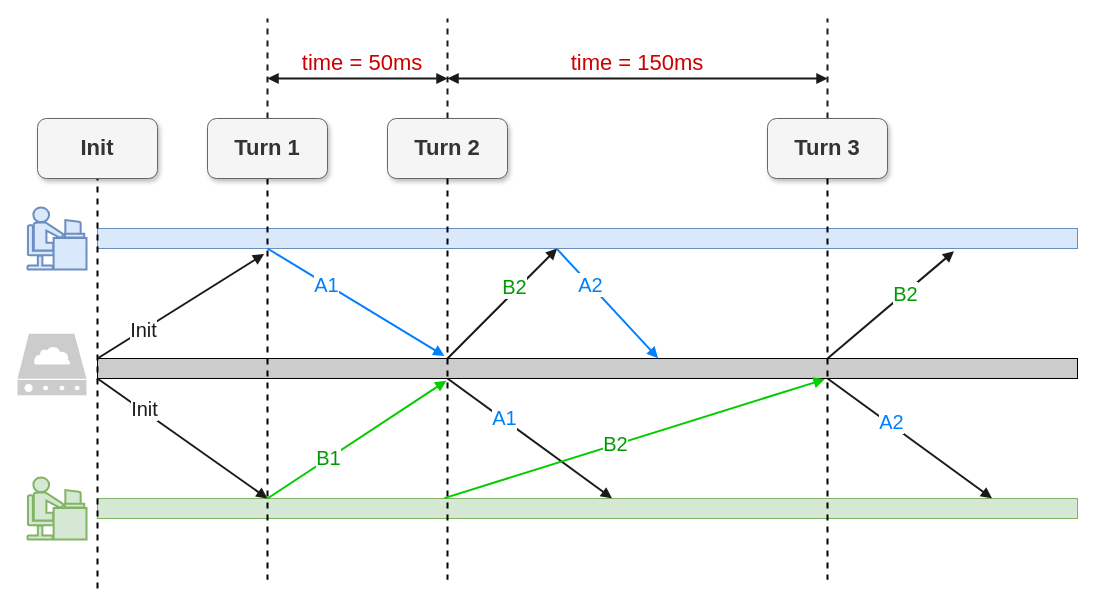
Earlier version of the draw.io diagram page "Deterministic LockStep 的副本" (3 of 9) of booming/Booming 104ppt-17.drawio (yrdimple/flowChart). Source tidied: cells renumbered, new cells numbered last; positions are measured from the earlier drawing's top-left corner, leaving out a move shared by most shapes. Both pictures are drawn from the tidied source at 100%, with x=0, y=0 at pixel (17, 18).
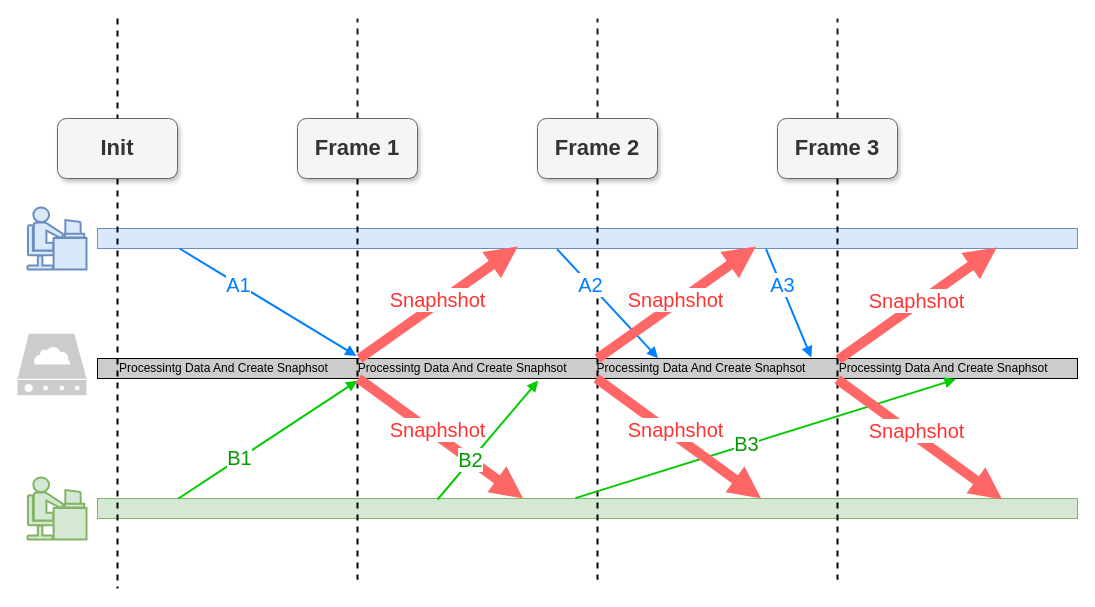
The same diagram, later.

The change refers to these unchanged cells:
```xml
<mxCell id="3" style="rounded=0;whiteSpace=wrap;html=1;fillColor=#d5e8d4;strokeColor=#82b366;" parent="1" vertex="1">
  <mxGeometry x="80" y="480" width="980" height="20" as="geometry" />
</mxCell>
<mxCell id="4" style="rounded=0;whiteSpace=wrap;html=1;fillColor=#dae8fc;strokeColor=#6c8ebf;" parent="1" vertex="1">
  <mxGeometry x="80" y="210" width="980" height="20" as="geometry" />
</mxCell>
```

What changed in the source:
```diff
@@
-    <mxCell id="2" style="rounded=0;whiteSpace=wrap;html=1;fillColor=#CCCCCC;" parent="1" vertex="1">
+    <mxCell id="2" value="&amp;nbsp; &amp;nbsp; &amp;nbsp; Processintg Data And Create Snaphsot&amp;nbsp; &amp;nbsp; &amp;nbsp; &amp;nbsp; &amp;nbsp;Processintg Data And Create Snaphsot&amp;nbsp; &amp;nbsp; &amp;nbsp; &amp;nbsp; &amp;nbsp;Processintg Data And Create Snaphsot&amp;nbsp; &amp;nbsp; &amp;nbsp; &amp;nbsp; &amp;nbsp; Processintg Data And Create Snaphsot" style="rounded=0;whiteSpace=wrap;html=1;fillColor=#CCCCCC;align=left;" parent="1" vertex="1">
       <mxGeometry x="80" y="340" width="980" height="20" as="geometry" />
     </mxCell>
@@
-    <mxCell id="5" style="edgeStyle=none;rounded=0;orthogonalLoop=1;jettySize=auto;html=1;dashed=1;endArrow=none;endFill=0;strokeWidth=2;" parent="1" edge="1">
+    <mxCell id="5" style="edgeStyle=none;rounded=0;jettySize=auto;html=1;dashed=1;endArrow=none;endFill=0;strokeWidth=2;startArrow=none;" parent="1" edge="1" source="35">
       <mxGeometry relative="1" as="geometry">
-        <mxPoint x="80" y="120" as="sourcePoint" />
-        <mxPoint x="80" y="570" as="targetPoint" />
+        <mxPoint x="100" y="570" as="targetPoint" />
       </mxGeometry>
     </mxCell>
-    <mxCell id="6" style="edgeStyle=orthogonalEdgeStyle;rounded=0;jettySize=auto;html=1;dashed=1;endArrow=none;endFill=0;strokeWidth=2;" parent="1" edge="1" source="8">
+    <mxCell id="6" style="edgeStyle=orthogonalEdgeStyle;rounded=0;orthogonalLoop=1;jettySize=auto;html=1;dashed=1;endArrow=none;endFill=0;strokeWidth=2;" parent="1" edge="1">
       <mxGeometry relative="1" as="geometry">
-        <mxPoint x="250" y="561.3" as="targetPoint" />
+        <mxPoint x="340" y="160" as="sourcePoint" />
+        <mxPoint x="340" y="561.3" as="targetPoint" />
         <Array as="points">
-          <mxPoint x="250" y="550" />
-          <mxPoint x="250" y="550" />
+          <mxPoint x="340" y="540" />
+          <mxPoint x="340" y="540" />
         </Array>
       </mxGeometry>
     </mxCell>
-    <mxCell id="7" style="edgeStyle=none;rounded=0;jettySize=auto;html=1;dashed=1;fontSize=22;fontColor=#CC0000;endArrow=none;endFill=0;strokeColor=#1A1A1A;strokeWidth=2;" parent="1" edge="1" source="8">
+    <mxCell id="7" style="edgeStyle=none;rounded=0;orthogonalLoop=1;jettySize=auto;html=1;dashed=1;fontSize=22;fontColor=#CC0000;endArrow=none;endFill=0;strokeColor=#1A1A1A;strokeWidth=2;" parent="1" edge="1">
       <mxGeometry relative="1" as="geometry">
-        <mxPoint x="250" as="targetPoint" />
+        <mxPoint x="340" y="100" as="sourcePoint" />
+        <mxPoint x="340" as="targetPoint" />
       </mxGeometry>
     </mxCell>
-    <mxCell id="8" value="Turn 1" style="rounded=1;whiteSpace=wrap;html=1;fontSize=22;fillColor=#f5f5f5;strokeColor=#666666;fontColor=#333333;shadow=1;sketch=0;glass=0;fontStyle=1;" parent="1" vertex="1">
-      <mxGeometry x="190" y="100" width="120" height="60" as="geometry" />
+    <mxCell id="8" value="Frame&amp;nbsp;1" style="rounded=1;whiteSpace=wrap;html=1;fontSize=22;fillColor=#f5f5f5;strokeColor=#666666;fontColor=#333333;shadow=1;sketch=0;glass=0;fontStyle=1;" parent="1" vertex="1">
+      <mxGeometry x="280" y="100" width="120" height="60" as="geometry" />
     </mxCell>
-    <mxCell id="9" style="edgeStyle=none;rounded=0;jettySize=auto;html=1;exitX=0.5;exitY=0;exitDx=0;exitDy=0;dashed=1;fontSize=22;fontColor=#CC0000;endArrow=none;endFill=0;strokeColor=#1A1A1A;strokeWidth=2;" parent="1" edge="1" source="10">
+    <mxCell id="9" style="edgeStyle=none;rounded=0;orthogonalLoop=1;jettySize=auto;html=1;exitX=0.5;exitY=0;exitDx=0;exitDy=0;dashed=1;fontSize=22;fontColor=#CC0000;endArrow=none;endFill=0;strokeColor=#1A1A1A;strokeWidth=2;" parent="1" edge="1">
       <mxGeometry relative="1" as="geometry">
-        <mxPoint x="430" as="targetPoint" />
+        <mxPoint x="580" y="100" as="sourcePoint" />
+        <mxPoint x="580" as="targetPoint" />
       </mxGeometry>
     </mxCell>
-    <mxCell id="10" value="Turn 2" style="rounded=1;whiteSpace=wrap;html=1;fontSize=22;fillColor=#f5f5f5;strokeColor=#666666;fontColor=#333333;shadow=1;sketch=0;glass=0;fontStyle=1;" parent="1" vertex="1">
-      <mxGeometry x="370" y="100" width="120" height="60" as="geometry" />
+    <mxCell id="10" value="Frame 2" style="rounded=1;whiteSpace=wrap;html=1;fontSize=22;fillColor=#f5f5f5;strokeColor=#666666;fontColor=#333333;shadow=1;sketch=0;glass=0;fontStyle=1;" parent="1" vertex="1">
+      <mxGeometry x="520" y="100" width="120" height="60" as="geometry" />
     </mxCell>
-    <mxCell id="11" style="edgeStyle=orthogonalEdgeStyle;rounded=0;jettySize=auto;html=1;dashed=1;endArrow=none;endFill=0;strokeWidth=2;" parent="1" edge="1" source="10">
+    <mxCell id="11" style="edgeStyle=orthogonalEdgeStyle;rounded=0;orthogonalLoop=1;jettySize=auto;html=1;dashed=1;endArrow=none;endFill=0;strokeWidth=2;" parent="1" edge="1">
       <mxGeometry relative="1" as="geometry">
-        <mxPoint x="430" y="561.3" as="targetPoint" />
+        <mxPoint x="580" y="160" as="sourcePoint" />
+        <mxPoint x="580" y="561.3" as="targetPoint" />
       </mxGeometry>
     </mxCell>
-    <mxCell id="12" style="edgeStyle=none;rounded=0;jettySize=auto;html=1;dashed=1;fontSize=22;fontColor=#CC0000;endArrow=none;endFill=0;strokeColor=#1A1A1A;strokeWidth=2;" parent="1" edge="1" source="13">
+    <mxCell id="12" style="edgeStyle=none;rounded=0;orthogonalLoop=1;jettySize=auto;html=1;dashed=1;fontSize=22;fontColor=#CC0000;endArrow=none;endFill=0;strokeColor=#1A1A1A;strokeWidth=2;" parent="1" edge="1">
       <mxGeometry relative="1" as="geometry">
-        <mxPoint x="810" as="targetPoint" />
+        <mxPoint x="820" y="100" as="sourcePoint" />
+        <mxPoint x="820" as="targetPoint" />
       </mxGeometry>
     </mxCell>
-    <mxCell id="13" value="Turn 3" style="rounded=1;whiteSpace=wrap;html=1;fontSize=22;fillColor=#f5f5f5;strokeColor=#666666;fontColor=#333333;shadow=1;sketch=0;glass=0;fontStyle=1;" parent="1" vertex="1">
-      <mxGeometry x="750" y="100" width="120" height="60" as="geometry" />
+    <mxCell id="13" value="Frame 3" style="rounded=1;whiteSpace=wrap;html=1;fontSize=22;fillColor=#f5f5f5;strokeColor=#666666;fontColor=#333333;shadow=1;sketch=0;glass=0;fontStyle=1;" parent="1" vertex="1">
+      <mxGeometry x="760" y="100" width="120" height="60" as="geometry" />
     </mxCell>
-    <mxCell id="14" style="edgeStyle=orthogonalEdgeStyle;rounded=0;jettySize=auto;html=1;dashed=1;endArrow=none;endFill=0;strokeWidth=2;" parent="1" edge="1" source="13">
+    <mxCell id="14" style="edgeStyle=orthogonalEdgeStyle;rounded=0;orthogonalLoop=1;jettySize=auto;html=1;dashed=1;endArrow=none;endFill=0;strokeWidth=2;" parent="1" edge="1">
       <mxGeometry relative="1" as="geometry">
-        <mxPoint x="810" y="561.3" as="targetPoint" />
+        <mxPoint x="820" y="160" as="sourcePoint" />
+        <mxPoint x="820" y="561.3" as="targetPoint" />
       </mxGeometry>
     </mxCell>
-    <mxCell id="15" style="endArrow=block;html=1;rounded=0;strokeWidth=2;entryX=0.354;entryY=-0.127;entryDx=0;entryDy=0;entryPerimeter=0;fillColor=#dae8fc;gradientColor=#7ea6e0;strokeColor=#007FFF;endFill=1;fontSize=20;" parent="1" edge="1" target="2">
+    <mxCell id="15" style="endArrow=block;html=1;rounded=0;strokeWidth=2;entryX=0.354;entryY=-0.127;entryDx=0;entryDy=0;entryPerimeter=0;fillColor=#dae8fc;gradientColor=#7ea6e0;strokeColor=#007FFF;endFill=1;fontSize=20;" parent="1" edge="1">
       <mxGeometry relative="1" as="geometry">
-        <mxPoint x="250" y="230" as="sourcePoint" />
+        <mxPoint x="162" y="230" as="sourcePoint" />
+        <mxPoint x="338.9" y="337.5" as="targetPoint" />
       </mxGeometry>
     </mxCell>
@@
-    <mxCell id="17" style="endArrow=block;html=1;rounded=0;strokeWidth=2;entryX=0.356;entryY=1.111;entryDx=0;entryDy=0;entryPerimeter=0;fillColor=#ffff88;strokeColor=#00CC00;fontColor=#009900;endFill=1;fontSize=20;" parent="1" edge="1" target="2">
+    <mxCell id="17" style="endArrow=block;html=1;rounded=0;strokeWidth=2;entryX=0.356;entryY=1.111;entryDx=0;entryDy=0;entryPerimeter=0;fillColor=#ffff88;strokeColor=#00CC00;fontColor=#009900;endFill=1;fontSize=20;" parent="1" edge="1">
       <mxGeometry relative="1" as="geometry">
-        <mxPoint x="250" y="480" as="sourcePoint" />
+        <mxPoint x="161" y="480" as="sourcePoint" />
+        <mxPoint x="339.9" y="362.2" as="targetPoint" />
       </mxGeometry>
     </mxCell>
@@
-    <mxCell id="19" style="endArrow=block;html=1;rounded=0;strokeWidth=2;entryX=0.525;entryY=-0.01;entryDx=0;entryDy=0;entryPerimeter=0;fillColor=#dae8fc;gradientColor=#7ea6e0;strokeColor=#1A1A1A;endFill=1;fontSize=20;" parent="1" edge="1" target="3">
+    <mxCell id="19" style="endArrow=block;html=1;rounded=0;strokeWidth=10;entryX=0.525;entryY=-0.01;entryDx=0;entryDy=0;entryPerimeter=0;fillColor=#f8cecc;strokeColor=#FF6666;endFill=1;fontSize=20;" parent="1" edge="1">
       <mxGeometry relative="1" as="geometry">
-        <mxPoint x="430" y="360" as="sourcePoint" />
+        <mxPoint x="341" y="360" as="sourcePoint" />
+        <mxPoint x="505.5" y="479.8" as="targetPoint" />
       </mxGeometry>
     </mxCell>
-    <mxCell id="20" value="A1" style="edgeLabel;html=1;align=center;verticalAlign=middle;fontSize=20;fontColor=#007FFF;" parent="19" vertex="1">
-      <mxGeometry x="-0.33" y="2" relative="1" as="geometry" />
+    <mxCell id="20" value="&lt;span style=&quot;color: rgb(255, 51, 51);&quot;&gt;Snaphshot&lt;/span&gt;" style="edgeLabel;html=1;align=center;verticalAlign=middle;fontSize=20;fontColor=#007FFF;" parent="19" vertex="1">
+      <mxGeometry x="-0.33" y="2" relative="1" as="geometry">
+        <mxPoint x="22" y="12" as="offset" />
+      </mxGeometry>
     </mxCell>
-    <mxCell id="21" style="endArrow=block;html=1;rounded=0;strokeWidth=2;entryX=0.17;entryY=1.278;entryDx=0;entryDy=0;entryPerimeter=0;fillColor=#dae8fc;gradientColor=#7ea6e0;strokeColor=#1A1A1A;fontColor=#CC0000;fontSize=22;endFill=1;" parent="1" edge="1" target="4">
-      <mxGeometry relative="1" as="geometry">
-        <mxPoint x="80" y="340" as="sourcePoint" />
-      </mxGeometry>
-    </mxCell>
-    <mxCell id="22" value="Init" style="edgeLabel;html=1;align=center;verticalAlign=middle;fontSize=20;fontColor=#1A1A1A;" parent="21" vertex="1">
-      <mxGeometry x="-0.44" relative="1" as="geometry">
-        <mxPoint x="-1" as="offset" />
-      </mxGeometry>
-    </mxCell>
-    <mxCell id="23" style="endArrow=block;html=1;rounded=0;strokeWidth=2;fillColor=#dae8fc;gradientColor=#7ea6e0;strokeColor=#1A1A1A;exitX=0;exitY=1;exitDx=0;exitDy=0;fontColor=#CC0000;endFill=1;" parent="1" edge="1" source="2">
-      <mxGeometry relative="1" as="geometry">
-        <mxPoint x="250" y="480" as="targetPoint" />
-      </mxGeometry>
-    </mxCell>
-    <mxCell id="24" value="Init" style="edgeLabel;html=1;align=center;verticalAlign=middle;fontSize=20;fontColor=#1A1A1A;" parent="23" vertex="1">
-      <mxGeometry x="-0.46" y="2" relative="1" as="geometry">
-        <mxPoint y="-1" as="offset" />
-      </mxGeometry>
-    </mxCell>
-    <mxCell id="25" style="endArrow=block;html=1;rounded=0;strokeWidth=2;entryX=0.469;entryY=1;entryDx=0;entryDy=0;fillColor=#dae8fc;gradientColor=#7ea6e0;strokeColor=#1A1A1A;entryPerimeter=0;endFill=1;fontSize=20;" parent="1" edge="1" target="4">
+    <mxCell id="25" style="endArrow=block;html=1;rounded=0;strokeWidth=10;entryX=0.43;entryY=0.9;entryDx=0;entryDy=0;fillColor=#dae8fc;gradientColor=#7ea6e0;strokeColor=#FF6666;entryPerimeter=0;endFill=1;fontSize=20;" parent="1" edge="1">
       <mxGeometry relative="1" as="geometry">
-        <mxPoint x="430" y="340" as="sourcePoint" />
+        <mxPoint x="342" y="340" as="sourcePoint" />
+        <mxPoint x="500.4" y="228" as="targetPoint" />
       </mxGeometry>
     </mxCell>
-    <mxCell id="26" value="B2" style="edgeLabel;html=1;align=center;verticalAlign=middle;fontSize=20;fontColor=#009900;" parent="25" vertex="1">
-      <mxGeometry x="0.26" y="4" relative="1" as="geometry" />
+    <mxCell id="26" value="&lt;font color=&quot;#ff3333&quot;&gt;Snaphshot&lt;/font&gt;" style="edgeLabel;html=1;align=center;verticalAlign=middle;fontSize=20;fontColor=#009900;" parent="25" vertex="1">
+      <mxGeometry x="0.26" y="4" relative="1" as="geometry">
+        <mxPoint x="-20" y="14" as="offset" />
+      </mxGeometry>
     </mxCell>
@@
-    <mxCell id="29" style="endArrow=block;html=1;rounded=0;strokeWidth=2;entryX=0.742;entryY=1.041;entryDx=0;entryDy=0;entryPerimeter=0;exitX=0.354;exitY=-0.019;exitDx=0;exitDy=0;exitPerimeter=0;fillColor=#ffff88;strokeColor=#00CC00;fontColor=#009900;endFill=1;fontSize=20;" parent="1" edge="1" source="3" target="2">
-      <mxGeometry relative="1" as="geometry" />
+    <mxCell id="29" style="endArrow=block;html=1;rounded=0;strokeWidth=2;entryX=0.742;entryY=1.041;entryDx=0;entryDy=0;entryPerimeter=0;exitX=0.354;exitY=-0.019;exitDx=0;exitDy=0;exitPerimeter=0;fillColor=#ffff88;strokeColor=#00CC00;fontColor=#009900;endFill=1;fontSize=20;" parent="1" edge="1">
+      <mxGeometry relative="1" as="geometry">
+        <mxPoint x="557.9" y="479.6" as="sourcePoint" />
+        <mxPoint x="938.2" y="360.8" as="targetPoint" />
+      </mxGeometry>
     </mxCell>
-    <mxCell id="30" value="B2" style="edgeLabel;html=1;align=center;verticalAlign=middle;fontSize=20;fontColor=#009900;" parent="29" vertex="1">
+    <mxCell id="30" value="B3" style="edgeLabel;html=1;align=center;verticalAlign=middle;fontSize=20;fontColor=#009900;" parent="29" vertex="1">
       <mxGeometry x="-0.1" y="2" relative="1" as="geometry" />
     </mxCell>
-    <mxCell id="31" style="endArrow=block;html=1;rounded=0;strokeWidth=2;entryX=0.874;entryY=1.138;entryDx=0;entryDy=0;fillColor=#dae8fc;gradientColor=#7ea6e0;strokeColor=#1A1A1A;entryPerimeter=0;endFill=1;fontSize=20;" parent="1" edge="1" target="4">
-      <mxGeometry relative="1" as="geometry">
-        <mxPoint x="810" y="340" as="sourcePoint" />
-      </mxGeometry>
-    </mxCell>
-    <mxCell id="32" value="B2" style="edgeLabel;html=1;align=center;verticalAlign=middle;fontSize=20;fontColor=#009900;" parent="31" vertex="1">
-      <mxGeometry x="0.23" relative="1" as="geometry" />
-    </mxCell>
-    <mxCell id="33" style="endArrow=block;html=1;rounded=0;strokeWidth=2;entryX=0.525;entryY=-0.01;entryDx=0;entryDy=0;entryPerimeter=0;fillColor=#dae8fc;gradientColor=#7ea6e0;strokeColor=#1A1A1A;endFill=1;fontSize=20;" parent="1" edge="1">
-      <mxGeometry relative="1" as="geometry">
-        <mxPoint x="810" y="360" as="sourcePoint" />
-        <mxPoint x="974.5" y="479.8" as="targetPoint" />
-      </mxGeometry>
-    </mxCell>
-    <mxCell id="34" value="A2" style="edgeLabel;html=1;align=center;verticalAlign=middle;fontSize=20;fontColor=#007FFF;" parent="33" vertex="1">
-      <mxGeometry x="-0.25" y="3" relative="1" as="geometry" />
-    </mxCell>
-    <mxCell id="35" value="Init" style="rounded=1;whiteSpace=wrap;html=1;fontSize=22;fillColor=#f5f5f5;strokeColor=#666666;fontColor=#333333;shadow=1;sketch=0;glass=0;fontStyle=1;" parent="1" vertex="1">
-      <mxGeometry x="20" y="100" width="120" height="60" as="geometry" />
-    </mxCell>
-    <mxCell id="36" style="endArrow=block;startArrow=block;html=1;rounded=0;fontSize=22;fontColor=#CC0000;strokeColor=#1A1A1A;strokeWidth=2;endFill=1;startFill=1;" parent="1" edge="1">
-      <mxGeometry relative="1" as="geometry">
-        <mxPoint x="250" y="60" as="sourcePoint" />
-        <mxPoint x="430" y="60" as="targetPoint" />
-      </mxGeometry>
-    </mxCell>
-    <mxCell id="37" style="endArrow=block;startArrow=block;html=1;rounded=0;fontSize=22;fontColor=#CC0000;strokeColor=#1A1A1A;strokeWidth=2;endFill=1;startFill=1;" parent="1" edge="1">
-      <mxGeometry relative="1" as="geometry">
-        <mxPoint x="430" y="60" as="sourcePoint" />
-        <mxPoint x="810" y="60" as="targetPoint" />
-      </mxGeometry>
-    </mxCell>
-    <mxCell id="38" value="time = 50ms" style="text;html=1;strokeColor=none;fillColor=none;align=center;verticalAlign=middle;whiteSpace=wrap;rounded=0;fontSize=22;fontColor=#CC0000;" parent="1" vertex="1">
-      <mxGeometry x="280" y="30" width="130" height="30" as="geometry" />
-    </mxCell>
-    <mxCell id="39" value="time = 150ms" style="text;html=1;strokeColor=none;fillColor=none;align=center;verticalAlign=middle;whiteSpace=wrap;rounded=0;fontSize=22;fontColor=#CC0000;" parent="1" vertex="1">
-      <mxGeometry x="510" y="30" width="220" height="30" as="geometry" />
-    </mxCell>
@@
+    <mxCell id="35" value="Init" style="rounded=1;whiteSpace=wrap;html=1;fontSize=22;fillColor=#f5f5f5;strokeColor=#666666;fontColor=#333333;shadow=1;sketch=0;glass=0;fontStyle=1;" parent="1" vertex="1">
+      <mxGeometry x="40" y="100" width="120" height="60" as="geometry" />
+    </mxCell>
+    <mxCell id="43" style="edgeStyle=none;rounded=0;jettySize=auto;html=1;dashed=1;endArrow=none;endFill=0;strokeWidth=2;entryX=0.5;entryY=0;entryDx=0;entryDy=0;" parent="1" edge="1" target="35">
+      <mxGeometry relative="1" as="geometry">
+        <mxPoint x="100" as="sourcePoint" />
+      </mxGeometry>
+    </mxCell>
+    <mxCell id="44" style="endArrow=block;html=1;rounded=0;strokeWidth=10;entryX=0.525;entryY=-0.01;entryDx=0;entryDy=0;entryPerimeter=0;fillColor=#f8cecc;strokeColor=#FF6666;endFill=1;fontSize=20;" parent="1" edge="1">
+      <mxGeometry relative="1" as="geometry">
+        <mxPoint x="579" y="360" as="sourcePoint" />
+        <mxPoint x="743.5" y="479.8" as="targetPoint" />
+      </mxGeometry>
+    </mxCell>
+    <mxCell id="45" value="&lt;span style=&quot;color: rgb(255, 51, 51);&quot;&gt;Snaphshot&lt;/span&gt;" style="edgeLabel;html=1;align=center;verticalAlign=middle;fontSize=20;fontColor=#007FFF;" parent="44" vertex="1">
+      <mxGeometry x="-0.33" y="2" relative="1" as="geometry">
+        <mxPoint x="22" y="12" as="offset" />
+      </mxGeometry>
+    </mxCell>
+    <mxCell id="46" style="endArrow=block;html=1;rounded=0;strokeWidth=10;entryX=0.43;entryY=0.9;entryDx=0;entryDy=0;fillColor=#dae8fc;gradientColor=#7ea6e0;strokeColor=#FF6666;entryPerimeter=0;endFill=1;fontSize=20;" parent="1" edge="1">
+      <mxGeometry relative="1" as="geometry">
+        <mxPoint x="580" y="340" as="sourcePoint" />
+        <mxPoint x="738.4" y="228" as="targetPoint" />
+      </mxGeometry>
+    </mxCell>
+    <mxCell id="47" value="&lt;font color=&quot;#ff3333&quot;&gt;Snaphshot&lt;/font&gt;" style="edgeLabel;html=1;align=center;verticalAlign=middle;fontSize=20;fontColor=#009900;" parent="46" vertex="1">
+      <mxGeometry x="0.26" y="4" relative="1" as="geometry">
+        <mxPoint x="-20" y="14" as="offset" />
+      </mxGeometry>
+    </mxCell>
+    <mxCell id="48" style="endArrow=block;html=1;rounded=0;strokeWidth=10;entryX=0.525;entryY=-0.01;entryDx=0;entryDy=0;entryPerimeter=0;fillColor=#f8cecc;strokeColor=#FF6666;endFill=1;fontSize=20;" parent="1" edge="1">
+      <mxGeometry relative="1" as="geometry">
+        <mxPoint x="820" y="361" as="sourcePoint" />
+        <mxPoint x="984.5" y="480.8" as="targetPoint" />
+      </mxGeometry>
+    </mxCell>
+    <mxCell id="49" value="&lt;span style=&quot;color: rgb(255, 51, 51);&quot;&gt;Snaphshot&lt;/span&gt;" style="edgeLabel;html=1;align=center;verticalAlign=middle;fontSize=20;fontColor=#007FFF;" parent="48" vertex="1">
+      <mxGeometry x="-0.33" y="2" relative="1" as="geometry">
+        <mxPoint x="22" y="12" as="offset" />
+      </mxGeometry>
+    </mxCell>
+    <mxCell id="50" style="endArrow=block;html=1;rounded=0;strokeWidth=10;entryX=0.43;entryY=0.9;entryDx=0;entryDy=0;fillColor=#dae8fc;gradientColor=#7ea6e0;strokeColor=#FF6666;entryPerimeter=0;endFill=1;fontSize=20;" parent="1" edge="1">
+      <mxGeometry relative="1" as="geometry">
+        <mxPoint x="821" y="341" as="sourcePoint" />
+        <mxPoint x="979.4" y="229" as="targetPoint" />
+      </mxGeometry>
+    </mxCell>
+    <mxCell id="51" value="&lt;font color=&quot;#ff3333&quot;&gt;Snaphshot&lt;/font&gt;" style="edgeLabel;html=1;align=center;verticalAlign=middle;fontSize=20;fontColor=#009900;" parent="50" vertex="1">
+      <mxGeometry x="0.26" y="4" relative="1" as="geometry">
+        <mxPoint x="-20" y="14" as="offset" />
+      </mxGeometry>
+    </mxCell>
+    <mxCell id="52" style="endArrow=block;html=1;rounded=0;strokeWidth=2;fillColor=#dae8fc;gradientColor=#7ea6e0;strokeColor=#007FFF;entryX=0.608;entryY=-0.05;entryDx=0;entryDy=0;entryPerimeter=0;exitX=0.469;exitY=1.033;exitDx=0;exitDy=0;exitPerimeter=0;endFill=1;fontSize=20;" parent="1" edge="1">
+      <mxGeometry relative="1" as="geometry">
+        <mxPoint x="748.6" y="230.7" as="sourcePoint" />
+        <mxPoint x="793.8" y="339" as="targetPoint" />
+      </mxGeometry>
+    </mxCell>
+    <mxCell id="53" value="A3" style="edgeLabel;html=1;align=center;verticalAlign=middle;fontSize=20;fontColor=#007FFF;" parent="52" vertex="1">
+      <mxGeometry x="-0.35" y="1" relative="1" as="geometry" />
+    </mxCell>
+    <mxCell id="54" style="endArrow=block;html=1;rounded=0;strokeWidth=2;entryX=0.363;entryY=1.1;entryDx=0;entryDy=0;entryPerimeter=0;fillColor=#ffff88;strokeColor=#00CC00;fontColor=#009900;endFill=1;fontSize=20;" parent="1" edge="1">
+      <mxGeometry relative="1" as="geometry">
+        <mxPoint x="420" y="481" as="sourcePoint" />
+        <mxPoint x="520.7" y="362" as="targetPoint" />
+      </mxGeometry>
+    </mxCell>
+    <mxCell id="32" value="B2" style="edgeLabel;html=1;align=center;verticalAlign=middle;fontSize=20;fontColor=#009900;" parent="54" vertex="1">
+      <mxGeometry x="-0.33" y="2" relative="1" as="geometry" />
+    </mxCell>
```
